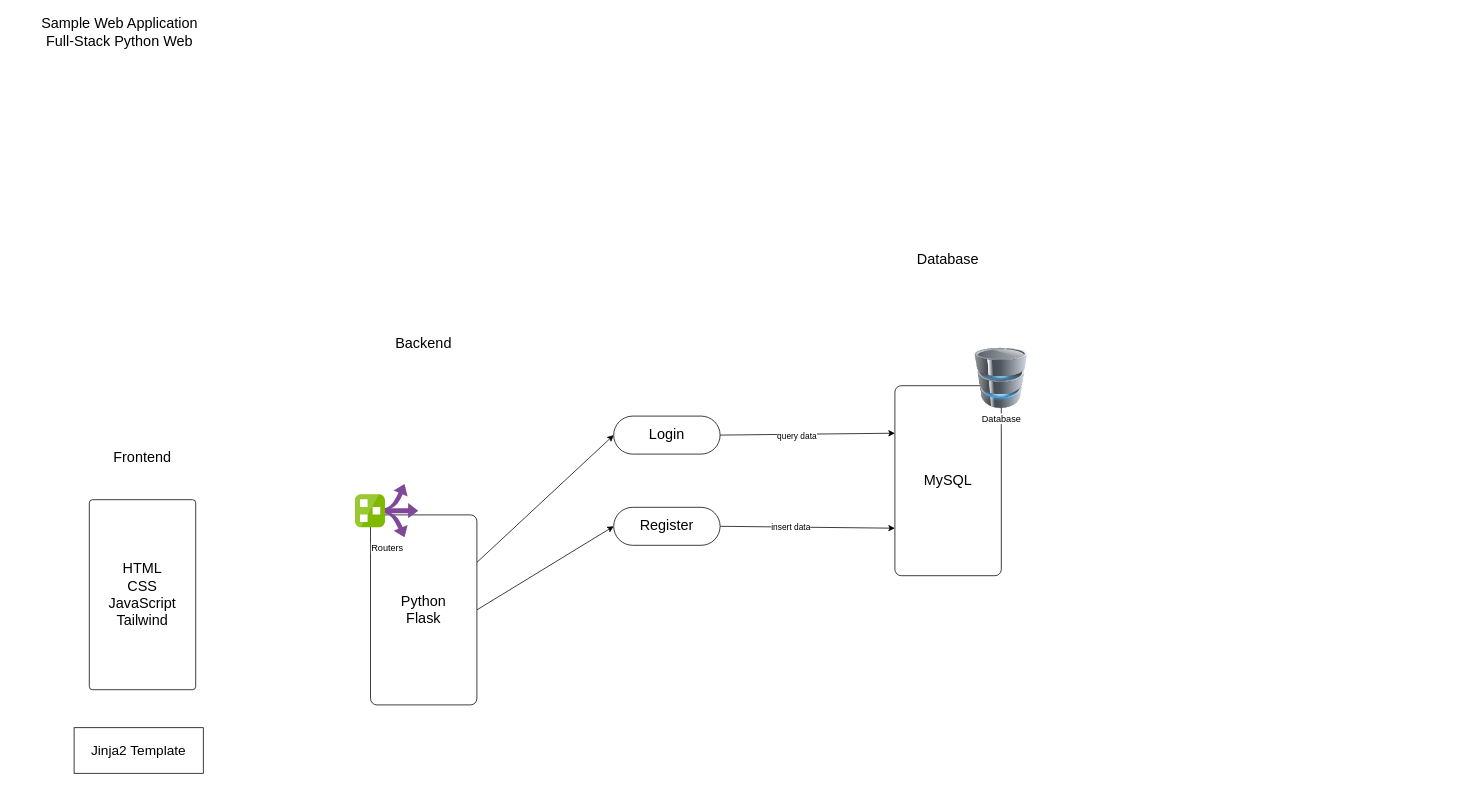
The draw.io diagram design.drawio in bnk4real/python-flask-full-stack-app, before the edit. Source tidied: cells renumbered, new cells numbered last; positions are measured from the earlier drawing's top-left corner, leaving out a move shared by most shapes. Both pictures are drawn from the tidied source at 76%, with x=0, y=0 at pixel (13, 13). Pictures stored in the file or linked from it are replaced by grey dashed boxes.
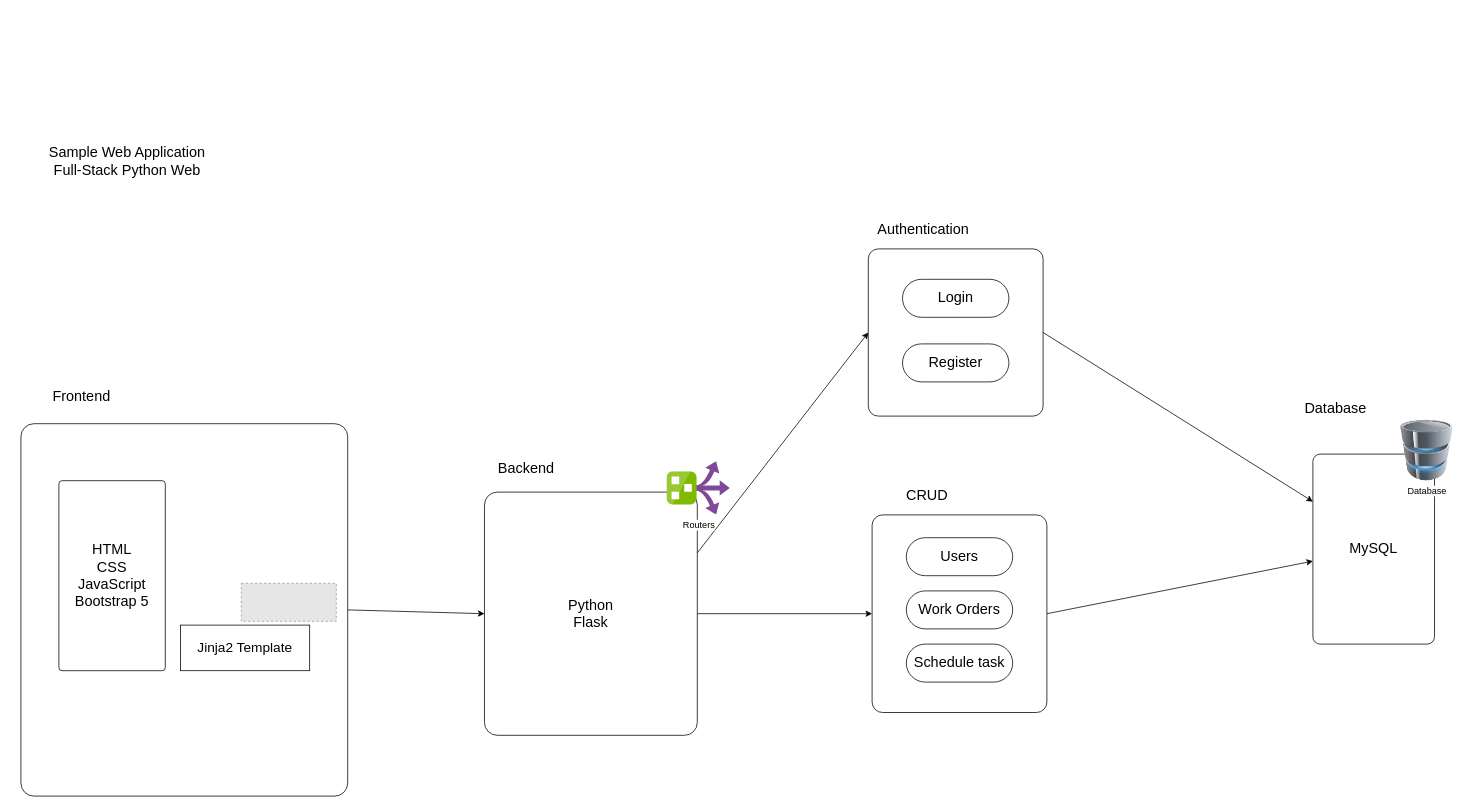
After the change.

Diff of the diagram source:
```diff
@@
+    <mxCell id="20" style="rounded=1;whiteSpace=wrap;html=1;arcSize=6;" parent="1" vertex="1">
+      <mxGeometry x="1125" y="310" width="230" height="220" as="geometry" />
+    </mxCell>
+    <mxCell id="21" style="edgeStyle=none;html=1;exitX=1;exitY=0.5;exitDx=0;exitDy=0;entryX=0;entryY=0.5;entryDx=0;entryDy=0;" parent="1" edge="1" source="8" target="27">
+      <mxGeometry relative="1" as="geometry" />
+    </mxCell>
+    <mxCell id="8" value="Python&lt;br style=&quot;font-size: 19px;&quot;&gt;Flask" style="rounded=1;whiteSpace=wrap;html=1;arcSize=6;fontFamily=Sarabun;fontSize=19;" parent="1" vertex="1">
+      <mxGeometry x="620" y="630" width="280" height="320" as="geometry" />
+    </mxCell>
+    <mxCell id="22" style="edgeStyle=none;html=1;exitX=1;exitY=0.5;exitDx=0;exitDy=0;entryX=0;entryY=0.5;entryDx=0;entryDy=0;" parent="1" edge="1" source="23" target="8">
+      <mxGeometry relative="1" as="geometry" />
+    </mxCell>
+    <mxCell id="23" style="rounded=1;whiteSpace=wrap;html=1;arcSize=4;" parent="1" vertex="1">
+      <mxGeometry x="10" y="540" width="430" height="490" as="geometry" />
+    </mxCell>
     <mxCell id="2" value="Sample Web Application&lt;br style=&quot;font-size: 19px;&quot;&gt;Full-Stack Python Web" style="text;html=1;strokeColor=none;fillColor=none;align=center;verticalAlign=middle;whiteSpace=wrap;rounded=0;fontFamily=Sarabun;fontSize=19;" parent="1" vertex="1">
-      <mxGeometry width="280" height="50" as="geometry" />
+      <mxGeometry x="10" y="170" width="280" height="50" as="geometry" />
     </mxCell>
-    <mxCell id="3" value="HTML&lt;br style=&quot;font-size: 19px;&quot;&gt;CSS&lt;br style=&quot;font-size: 19px;&quot;&gt;JavaScript&lt;br style=&quot;font-size: 19px;&quot;&gt;Tailwind" style="rounded=1;whiteSpace=wrap;html=1;arcSize=3;fontFamily=Sarabun;fontSize=19;" parent="1" vertex="1">
-      <mxGeometry x="100" y="640" width="140" height="250" as="geometry" />
+    <mxCell id="3" value="HTML&lt;br style=&quot;font-size: 19px;&quot;&gt;CSS&lt;br style=&quot;font-size: 19px;&quot;&gt;JavaScript&lt;br style=&quot;font-size: 19px;&quot;&gt;Bootstrap 5" style="rounded=1;whiteSpace=wrap;html=1;arcSize=3;fontFamily=Sarabun;fontSize=19;" parent="1" vertex="1">
+      <mxGeometry x="60" y="615" width="140" height="250" as="geometry" />
     </mxCell>
     <mxCell id="4" value="Frontend" style="text;html=1;strokeColor=none;fillColor=none;align=center;verticalAlign=middle;whiteSpace=wrap;rounded=0;fontFamily=Sarabun;fontSize=19;" parent="1" vertex="1">
-      <mxGeometry x="90" y="570" width="160" height="30" as="geometry" />
+      <mxGeometry x="10" y="490" width="160" height="30" as="geometry" />
     </mxCell>
     <mxCell id="5" value="Backend" style="text;html=1;strokeColor=none;fillColor=none;align=center;verticalAlign=middle;whiteSpace=wrap;rounded=0;fontFamily=Sarabun;fontSize=19;" parent="1" vertex="1">
-      <mxGeometry x="460" y="420" width="160" height="30" as="geometry" />
+      <mxGeometry x="620" y="585" width="110" height="30" as="geometry" />
     </mxCell>
-    <mxCell id="6" style="edgeStyle=none;html=1;exitX=1;exitY=0.25;exitDx=0;exitDy=0;entryX=0;entryY=0.5;entryDx=0;entryDy=0;" parent="1" edge="1" source="8" target="14">
+    <mxCell id="6" style="edgeStyle=none;html=1;exitX=1;exitY=0.25;exitDx=0;exitDy=0;entryX=0;entryY=0.5;entryDx=0;entryDy=0;" parent="1" edge="1" source="8" target="20">
       <mxGeometry relative="1" as="geometry" />
     </mxCell>
-    <mxCell id="7" style="edgeStyle=none;html=1;exitX=1;exitY=0.5;exitDx=0;exitDy=0;entryX=0;entryY=0.5;entryDx=0;entryDy=0;" parent="1" edge="1" source="8" target="17">
-      <mxGeometry relative="1" as="geometry" />
-    </mxCell>
-    <mxCell id="8" value="Python&lt;br style=&quot;font-size: 19px;&quot;&gt;Flask" style="rounded=1;whiteSpace=wrap;html=1;arcSize=6;fontFamily=Sarabun;fontSize=19;" parent="1" vertex="1">
-      <mxGeometry x="470" y="660" width="140" height="250" as="geometry" />
-    </mxCell>
     <mxCell id="9" value="Database" style="text;html=1;strokeColor=none;fillColor=none;align=center;verticalAlign=middle;whiteSpace=wrap;rounded=0;fontFamily=Sarabun;fontSize=19;" parent="1" vertex="1">
-      <mxGeometry x="1150" y="310" width="160" height="30" as="geometry" />
+      <mxGeometry x="1660" y="505" width="160" height="30" as="geometry" />
     </mxCell>
     <mxCell id="10" value="MySQL" style="rounded=1;whiteSpace=wrap;html=1;arcSize=6;fontFamily=Sarabun;fontSize=19;" parent="1" vertex="1">
-      <mxGeometry x="1160" y="490" width="140" height="250" as="geometry" />
+      <mxGeometry x="1710" y="580" width="160" height="250" as="geometry" />
     </mxCell>
     <mxCell id="11" value="Routers" style="sketch=0;html=1;align=center;image;fontSize=12;image=img/lib/mscae/Route_Filter.svg;" parent="1" vertex="1">
-      <mxGeometry x="450" y="620" width="83.3" height="70" as="geometry" />
+      <mxGeometry x="860" y="590" width="83.3" height="70" as="geometry" />
     </mxCell>
-    <mxCell id="12" style="edgeStyle=none;html=1;exitX=1;exitY=0.5;exitDx=0;exitDy=0;entryX=0;entryY=0.25;entryDx=0;entryDy=0;" parent="1" edge="1" source="14" target="10">
+    <mxCell id="12" style="edgeStyle=none;html=1;exitX=1;exitY=0.5;exitDx=0;exitDy=0;entryX=0;entryY=0.25;entryDx=0;entryDy=0;" parent="1" edge="1" source="20" target="10">
       <mxGeometry relative="1" as="geometry" />
     </mxCell>
-    <mxCell id="13" value="query data" style="edgeLabel;html=1;align=center;verticalAlign=middle;" parent="12" vertex="1">
-      <mxGeometry x="-0.46" y="-2" relative="1" as="geometry">
-        <mxPoint x="38" y="-1" as="offset" />
-      </mxGeometry>
-    </mxCell>
     <mxCell id="14" value="Login" style="rounded=1;whiteSpace=wrap;html=1;arcSize=50;fontFamily=Sarabun;fontSize=19;" parent="1" vertex="1">
-      <mxGeometry x="790" y="530" width="140" height="50" as="geometry" />
+      <mxGeometry x="1170" y="350" width="140" height="50" as="geometry" />
     </mxCell>
-    <mxCell id="15" style="edgeStyle=none;html=1;exitX=1;exitY=0.5;exitDx=0;exitDy=0;entryX=0;entryY=0.75;entryDx=0;entryDy=0;" parent="1" edge="1" source="17" target="10">
-      <mxGeometry relative="1" as="geometry" />
-    </mxCell>
-    <mxCell id="16" value="insert data" style="edgeLabel;html=1;align=center;verticalAlign=middle;" parent="15" vertex="1">
-      <mxGeometry x="-0.19" relative="1" as="geometry" />
-    </mxCell>
     <mxCell id="17" value="Register" style="rounded=1;whiteSpace=wrap;html=1;arcSize=50;fontFamily=Sarabun;fontSize=19;" parent="1" vertex="1">
-      <mxGeometry x="790" y="650" width="140" height="50" as="geometry" />
+      <mxGeometry x="1170" y="435" width="140" height="50" as="geometry" />
     </mxCell>
     <mxCell id="18" value="Database" style="image;html=1;image=img/lib/clip_art/computers/Database_128x128.png;" parent="1" vertex="1">
-      <mxGeometry x="1260" y="440" width="80" height="80" as="geometry" />
+      <mxGeometry x="1820" y="535" width="80" height="80" as="geometry" />
     </mxCell>
     <mxCell id="19" value="Jinja2 Template" style="rounded=0;whiteSpace=wrap;html=1;fontSize=18;" parent="1" vertex="1">
-      <mxGeometry x="80" y="940" width="170" height="60" as="geometry" />
+      <mxGeometry x="220" y="805" width="170" height="60" as="geometry" />
     </mxCell>
+    <mxCell id="24" style="fillColor=#E6E6E6;strokeColor=#999999;dashed=1;verticalLabelPosition=bottom;labelBackgroundColor=default;verticalAlign=top;" parent="1" vertex="1">
+      <mxGeometry x="300" y="750" width="125" height="50" as="geometry" />
+    </mxCell>
+    <mxCell id="25" value="Authentication" style="text;html=1;strokeColor=none;fillColor=none;align=center;verticalAlign=middle;whiteSpace=wrap;rounded=0;fontFamily=Sarabun;fontSize=19;" parent="1" vertex="1">
+      <mxGeometry x="1125" y="270" width="145" height="30" as="geometry" />
+    </mxCell>
+    <mxCell id="26" style="edgeStyle=none;html=1;exitX=1;exitY=0.5;exitDx=0;exitDy=0;" parent="1" edge="1" source="27" target="10">
+      <mxGeometry relative="1" as="geometry" />
+    </mxCell>
+    <mxCell id="27" style="rounded=1;whiteSpace=wrap;html=1;arcSize=6;" parent="1" vertex="1">
+      <mxGeometry x="1130" y="660" width="230" height="260" as="geometry" />
+    </mxCell>
+    <mxCell id="28" value="CRUD" style="text;html=1;strokeColor=none;fillColor=none;align=center;verticalAlign=middle;whiteSpace=wrap;rounded=0;fontFamily=Sarabun;fontSize=19;" parent="1" vertex="1">
+      <mxGeometry x="1130" y="620" width="145" height="30" as="geometry" />
+    </mxCell>
+    <mxCell id="29" value="Users" style="rounded=1;whiteSpace=wrap;html=1;arcSize=50;fontFamily=Sarabun;fontSize=19;" parent="1" vertex="1">
+      <mxGeometry x="1175" y="690" width="140" height="50" as="geometry" />
+    </mxCell>
+    <mxCell id="30" value="Work Orders" style="rounded=1;whiteSpace=wrap;html=1;arcSize=50;fontFamily=Sarabun;fontSize=19;" parent="1" vertex="1">
+      <mxGeometry x="1175" y="760" width="140" height="50" as="geometry" />
+    </mxCell>
+    <mxCell id="31" value="Schedule task" style="rounded=1;whiteSpace=wrap;html=1;arcSize=50;fontFamily=Sarabun;fontSize=19;" parent="1" vertex="1">
+      <mxGeometry x="1175" y="830" width="140" height="50" as="geometry" />
+    </mxCell>
```
